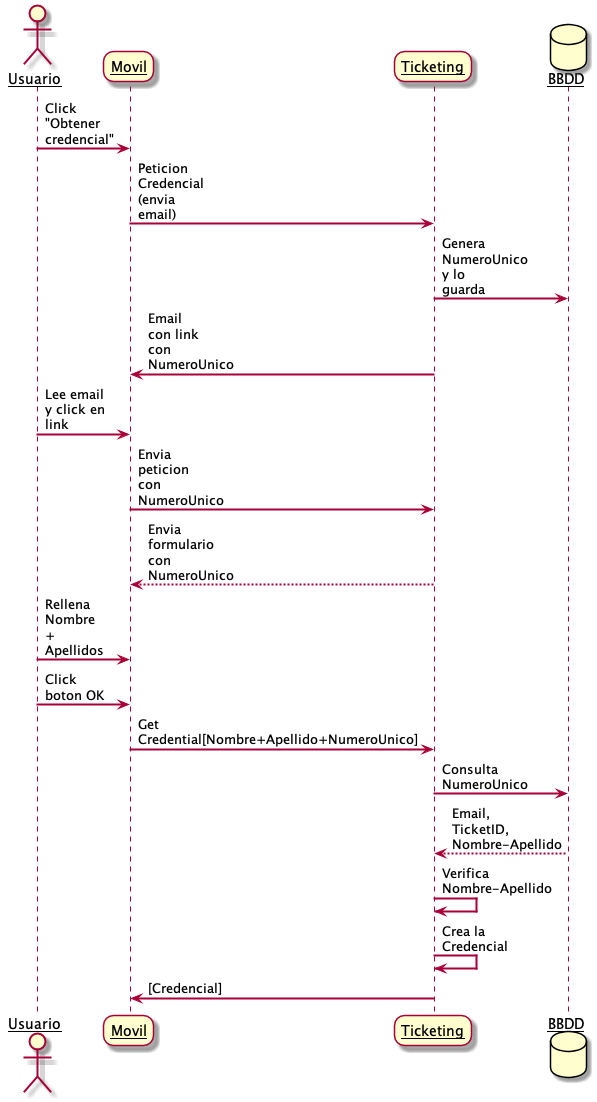
Above: assets/creacion-identidad.png in hesusruiz/EntradasSSI (PlantUML), before the change.
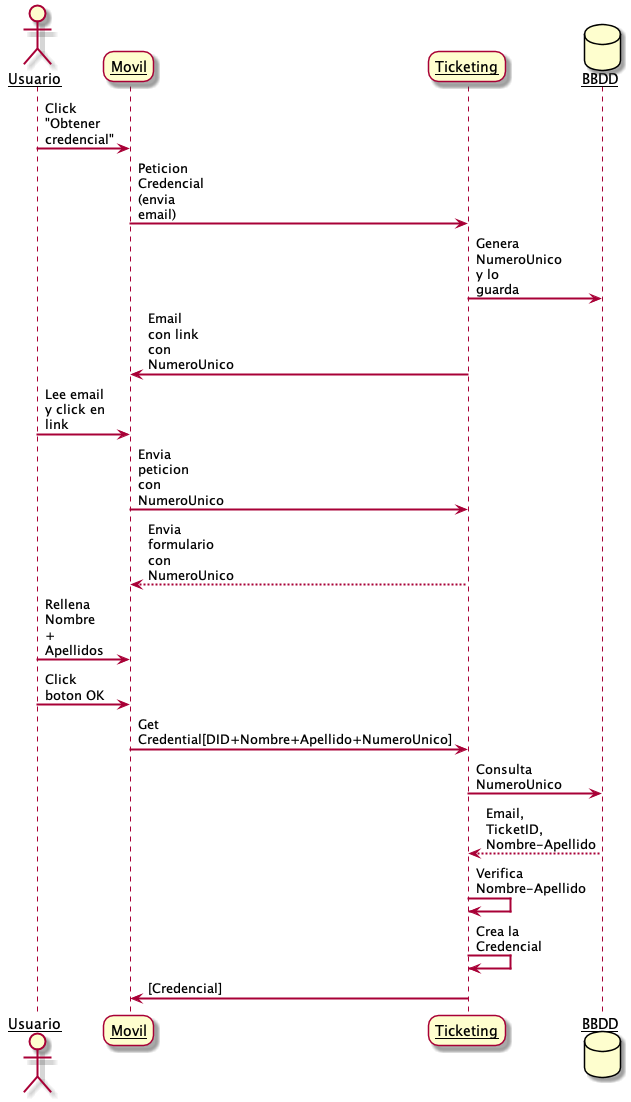
After the commit.

Commit message:
Actualiza diagramas

Change to the diagram source:
```diff
@@ -22,7 +22,7 @@
 
 U -> M: Click boton OK
 
-M -> T: Get Credential[Nombre+Apellido+NumeroUnico]
+M -> T: Get Credential[DID+Nombre+Apellido+NumeroUnico]
 
 T -> D: Consulta NumeroUnico
 return Email, TicketID, Nombre-Apellido
```
